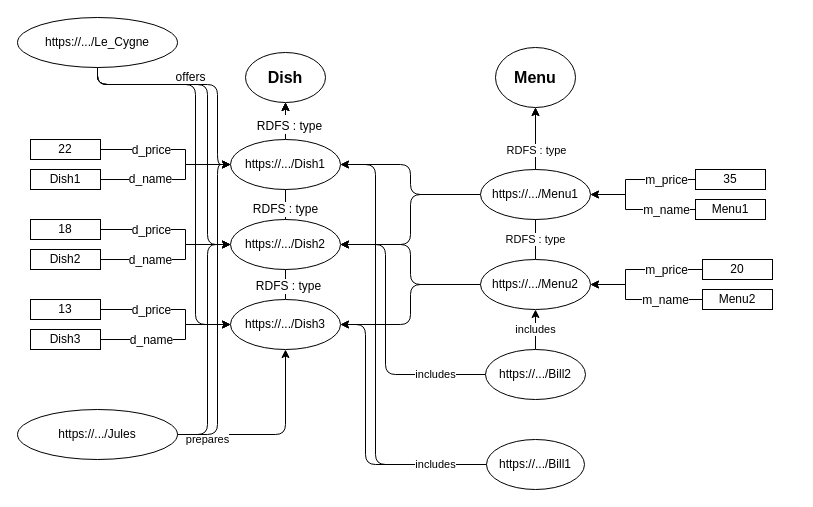
Above: schema/instanceDishMenu.dio in CH-KevinDubois/MAS-RAD-4-WEB-Mini-Projet (draw.io), before the change. Source tidied: cells renumbered, new cells numbered last; positions are measured from the earlier drawing's top-left corner, leaving out a move shared by most shapes. Both pictures are drawn from the tidied source at 100%, with x=0, y=0 at pixel (17, 17).
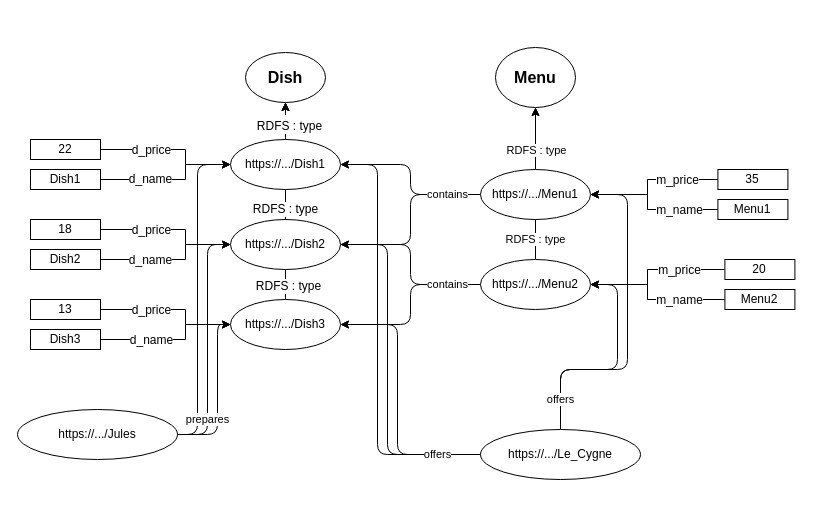
The same page after the edit.

Unchanged cells that the change refers to:
```xml
<mxCell id="7" value="https://.../Dish3" style="ellipse;whiteSpace=wrap;html=1;" parent="1" vertex="1">
  <mxGeometry x="213" y="282" width="110" height="50" as="geometry" />
</mxCell>
<mxCell id="15" value="https://.../Menu2" style="ellipse;whiteSpace=wrap;html=1;" parent="1" vertex="1">
  <mxGeometry x="463" y="242" width="110" height="50" as="geometry" />
</mxCell>
<mxCell id="59" value="https://.../Jules" style="ellipse;whiteSpace=wrap;html=1;" parent="1" vertex="1">
  <mxGeometry y="392" width="160" height="50" as="geometry" />
</mxCell>
<mxCell id="62" value="https://.../Menu1" style="ellipse;whiteSpace=wrap;html=1;" parent="1" vertex="1">
  <mxGeometry x="463" y="152" width="110" height="50" as="geometry" />
</mxCell>
<mxCell id="63" value="https://.../Dish1" style="ellipse;whiteSpace=wrap;html=1;" parent="1" vertex="1">
  <mxGeometry x="213" y="122" width="110" height="50" as="geometry" />
</mxCell>
<mxCell id="64" value="https://.../Dish2" style="ellipse;whiteSpace=wrap;html=1;" parent="1" vertex="1">
  <mxGeometry x="213" y="202" width="110" height="50" as="geometry" />
</mxCell>
```

Diff of the diagram source:
```diff
@@
-    <mxCell id="9" style="edgeStyle=orthogonalEdgeStyle;rounded=1;jettySize=auto;html=1;entryX=1;entryY=0.5;entryDx=0;entryDy=0;" parent="1" edge="1" source="62" target="64">
-      <mxGeometry relative="1" as="geometry" />
+    <mxCell id="9" value="contains" style="edgeStyle=orthogonalEdgeStyle;rounded=1;jettySize=auto;html=1;entryX=1;entryY=0.5;entryDx=0;entryDy=0;" parent="1" edge="1" source="62" target="64">
+      <mxGeometry x="-0.65" relative="1" as="geometry" />
     </mxCell>
@@
-    <mxCell id="12" style="edgeStyle=orthogonalEdgeStyle;rounded=1;jettySize=auto;html=1;" parent="1" edge="1" source="15" target="7">
-      <mxGeometry relative="1" as="geometry" />
+    <mxCell id="12" value="contains" style="edgeStyle=orthogonalEdgeStyle;rounded=1;jettySize=auto;html=1;" parent="1" edge="1" source="15" target="7">
+      <mxGeometry x="-0.63" relative="1" as="geometry" />
     </mxCell>
@@
-    <mxCell id="16" value="includes" style="edgeStyle=orthogonalEdgeStyle;rounded=1;jettySize=auto;html=1;entryX=0.5;entryY=1;entryDx=0;entryDy=0;" parent="1" edge="1" source="18" target="15">
-      <mxGeometry relative="1" as="geometry" />
-    </mxCell>
-    <mxCell id="17" value="includes" style="edgeStyle=orthogonalEdgeStyle;rounded=1;jettySize=auto;html=1;entryX=1;entryY=0.5;entryDx=0;entryDy=0;" parent="1" edge="1" source="18" target="64">
-      <mxGeometry x="-0.64" relative="1" as="geometry">
-        <Array as="points">
-          <mxPoint x="368" y="357" />
-          <mxPoint x="368" y="227" />
-        </Array>
-      </mxGeometry>
-    </mxCell>
-    <mxCell id="18" value="https://.../Bill2" style="ellipse;whiteSpace=wrap;html=1;" parent="1" vertex="1">
-      <mxGeometry x="468" y="332" width="100" height="50" as="geometry" />
-    </mxCell>
-    <mxCell id="19" style="edgeStyle=orthogonalEdgeStyle;rounded=1;jettySize=auto;html=1;entryX=1;entryY=0.5;entryDx=0;entryDy=0;exitX=0;exitY=0.5;exitDx=0;exitDy=0;" parent="1" edge="1" source="21" target="63">
-      <mxGeometry relative="1" as="geometry">
-        <Array as="points">
-          <mxPoint x="358" y="447" />
-          <mxPoint x="358" y="147" />
-        </Array>
-      </mxGeometry>
-    </mxCell>
-    <mxCell id="20" value="includes" style="edgeStyle=orthogonalEdgeStyle;rounded=1;jettySize=auto;html=1;entryX=1;entryY=0.5;entryDx=0;entryDy=0;exitX=0;exitY=0.5;exitDx=0;exitDy=0;" parent="1" edge="1" source="21" target="7">
-      <mxGeometry x="-0.64" relative="1" as="geometry">
-        <Array as="points">
-          <mxPoint x="348" y="447" />
-          <mxPoint x="348" y="307" />
-        </Array>
-      </mxGeometry>
-    </mxCell>
-    <mxCell id="21" value="https://.../Bill1" style="ellipse;whiteSpace=wrap;html=1;" parent="1" vertex="1">
-      <mxGeometry x="469" y="422" width="98" height="50" as="geometry" />
-    </mxCell>
     <mxCell id="22" style="edgeStyle=orthogonalEdgeStyle;rounded=1;jettySize=auto;html=1;" parent="1" edge="1" source="25" target="63">
       <mxGeometry relative="1" as="geometry">
         <Array as="points">
-          <mxPoint x="80" y="67" />
-          <mxPoint x="200" y="67" />
-          <mxPoint x="200" y="147" />
+          <mxPoint x="360" y="437" />
+          <mxPoint x="360" y="147" />
         </Array>
       </mxGeometry>
     </mxCell>
     <mxCell id="23" style="edgeStyle=orthogonalEdgeStyle;rounded=1;jettySize=auto;html=1;entryX=0;entryY=0.5;entryDx=0;entryDy=0;" parent="1" edge="1" source="25" target="64">
       <mxGeometry relative="1" as="geometry">
         <Array as="points">
-          <mxPoint x="80" y="67" />
-          <mxPoint x="190" y="67" />
-          <mxPoint x="190" y="227" />
+          <mxPoint x="370" y="437" />
+          <mxPoint x="370" y="227" />
         </Array>
       </mxGeometry>
     </mxCell>
-    <mxCell id="24" style="edgeStyle=orthogonalEdgeStyle;rounded=1;jettySize=auto;html=1;entryX=0;entryY=0.5;entryDx=0;entryDy=0;" parent="1" edge="1" source="25" target="7">
-      <mxGeometry relative="1" as="geometry">
+    <mxCell id="24" value="offers" style="edgeStyle=orthogonalEdgeStyle;rounded=1;jettySize=auto;html=1;entryX=1;entryY=0.5;entryDx=0;entryDy=0;" parent="1" edge="1" source="25" target="7">
+      <mxGeometry x="-0.68" relative="1" as="geometry">
         <Array as="points">
-          <mxPoint x="178" y="67" />
-          <mxPoint x="178" y="307" />
+          <mxPoint x="380" y="437" />
+          <mxPoint x="380" y="307" />
         </Array>
       </mxGeometry>
     </mxCell>
+    <mxCell id="65" style="edgeStyle=orthogonalEdgeStyle;rounded=1;jettySize=auto;html=1;entryX=1;entryY=0.5;entryDx=0;entryDy=0;" parent="1" edge="1" source="25" target="62">
+      <mxGeometry relative="1" as="geometry">
+        <Array as="points">
+          <mxPoint x="543" y="352" />
+          <mxPoint x="610" y="352" />
+          <mxPoint x="610" y="177" />
+        </Array>
+      </mxGeometry>
+    </mxCell>
+    <mxCell id="55" value="offers" style="edgeStyle=orthogonalEdgeStyle;rounded=1;jettySize=auto;html=1;entryX=1;entryY=0.5;entryDx=0;entryDy=0;" parent="1" edge="1" source="25" target="15">
+      <mxGeometry x="-0.74" relative="1" as="geometry">
+        <Array as="points">
+          <mxPoint x="543" y="352" />
+          <mxPoint x="600" y="352" />
+          <mxPoint x="600" y="267" />
+        </Array>
+      </mxGeometry>
+    </mxCell>
     <mxCell id="25" value="https://.../Le_Cygne" style="ellipse;whiteSpace=wrap;html=1;" parent="1" vertex="1">
-      <mxGeometry width="160" height="50" as="geometry" />
+      <mxGeometry x="463" y="412" width="160" height="50" as="geometry" />
     </mxCell>
@@
     <mxCell id="31" style="edgeStyle=orthogonalEdgeStyle;rounded=0;jettySize=auto;html=1;entryX=1;entryY=0.5;entryDx=0;entryDy=0;" parent="1" edge="1" source="33" target="62">
       <mxGeometry relative="1" as="geometry">
         <Array as="points">
-          <mxPoint x="608" y="162" />
-          <mxPoint x="608" y="177" />
+          <mxPoint x="630" y="162" />
+          <mxPoint x="630" y="177" />
         </Array>
       </mxGeometry>
     </mxCell>
     <mxCell id="32" value="&lt;span style=&quot;font-size: 12px&quot;&gt;m_price&lt;/span&gt;" style="edgeLabel;html=1;align=center;verticalAlign=middle;" parent="31" vertex="1">
       <mxGeometry x="0.21" y="47" relative="1" as="geometry">
-        <mxPoint x="-7" y="-2.6" as="offset" />
+        <mxPoint x="30.4" y="-62" as="offset" />
       </mxGeometry>
     </mxCell>
     <mxCell id="33" value="35" style="rounded=0;whiteSpace=wrap;html=1;" parent="1" vertex="1">
-      <mxGeometry x="678" y="152" width="70" height="20" as="geometry" />
+      <mxGeometry x="700.4" y="152" width="70" height="20" as="geometry" />
     </mxCell>
     <mxCell id="34" style="edgeStyle=orthogonalEdgeStyle;rounded=0;jettySize=auto;html=1;entryX=1;entryY=0.5;entryDx=0;entryDy=0;" parent="1" edge="1" source="36" target="62">
       <mxGeometry relative="1" as="geometry">
         <Array as="points">
-          <mxPoint x="608" y="192" />
-          <mxPoint x="608" y="177" />
+          <mxPoint x="630" y="192" />
+          <mxPoint x="630" y="177" />
         </Array>
       </mxGeometry>
     </mxCell>
@@
     <mxCell id="36" value="Menu1" style="rounded=0;whiteSpace=wrap;html=1;" parent="1" vertex="1">
-      <mxGeometry x="678" y="182" width="70" height="20" as="geometry" />
+      <mxGeometry x="700.4" y="182" width="70" height="20" as="geometry" />
     </mxCell>
@@
     <mxCell id="49" style="edgeStyle=orthogonalEdgeStyle;rounded=0;jettySize=auto;html=1;" parent="1" edge="1" source="51" target="15">
       <mxGeometry relative="1" as="geometry">
         <Array as="points">
-          <mxPoint x="608" y="252" />
-          <mxPoint x="608" y="267" />
+          <mxPoint x="630" y="252" />
+          <mxPoint x="630" y="267" />
         </Array>
       </mxGeometry>
     </mxCell>
@@
     <mxCell id="51" value="20" style="rounded=0;whiteSpace=wrap;html=1;" parent="1" vertex="1">
-      <mxGeometry x="685" y="242" width="70" height="20" as="geometry" />
+      <mxGeometry x="707.4" y="242" width="70" height="20" as="geometry" />
     </mxCell>
     <mxCell id="52" style="edgeStyle=orthogonalEdgeStyle;rounded=0;jettySize=auto;html=1;entryX=1;entryY=0.5;entryDx=0;entryDy=0;" parent="1" edge="1" source="54" target="15">
       <mxGeometry relative="1" as="geometry">
         <Array as="points">
-          <mxPoint x="608" y="282" />
-          <mxPoint x="608" y="267" />
+          <mxPoint x="630" y="282" />
+          <mxPoint x="630" y="267" />
         </Array>
       </mxGeometry>
     </mxCell>
@@
     <mxCell id="54" value="Menu2" style="rounded=0;whiteSpace=wrap;html=1;" parent="1" vertex="1">
-      <mxGeometry x="685" y="272" width="70" height="20" as="geometry" />
+      <mxGeometry x="707.4" y="272" width="70" height="20" as="geometry" />
     </mxCell>
-    <mxCell id="55" value="offers" style="text;html=1;align=center;verticalAlign=middle;" parent="1" vertex="1">
-      <mxGeometry x="148" y="50" width="50" height="20" as="geometry" />
-    </mxCell>
-    <mxCell id="56" value="prepares" style="edgeStyle=orthogonalEdgeStyle;rounded=1;jettySize=auto;html=1;entryX=0.5;entryY=1;entryDx=0;entryDy=0;" parent="1" edge="1" source="59" target="7">
-      <mxGeometry x="-0.69" y="-5" relative="1" as="geometry">
-        <Array as="points">
-          <mxPoint x="268" y="417" />
-        </Array>
-      </mxGeometry>
-    </mxCell>
@@
     <mxCell id="58" style="edgeStyle=orthogonalEdgeStyle;rounded=1;jettySize=auto;html=1;entryX=0;entryY=0.5;entryDx=0;entryDy=0;" parent="1" edge="1" source="59" target="63">
       <mxGeometry relative="1" as="geometry">
         <Array as="points">
-          <mxPoint x="200" y="417" />
-          <mxPoint x="200" y="147" />
+          <mxPoint x="180" y="417" />
+          <mxPoint x="180" y="147" />
         </Array>
       </mxGeometry>
     </mxCell>
@@
+    <mxCell id="56" value="prepares" style="edgeStyle=orthogonalEdgeStyle;rounded=1;jettySize=auto;html=1;entryX=0;entryY=0.5;entryDx=0;entryDy=0;" parent="1" edge="1" source="59" target="7">
+      <mxGeometry x="-0.63" y="15" relative="1" as="geometry">
+        <Array as="points">
+          <mxPoint x="200" y="417" />
+          <mxPoint x="200" y="307" />
+        </Array>
+      </mxGeometry>
+    </mxCell>
```
